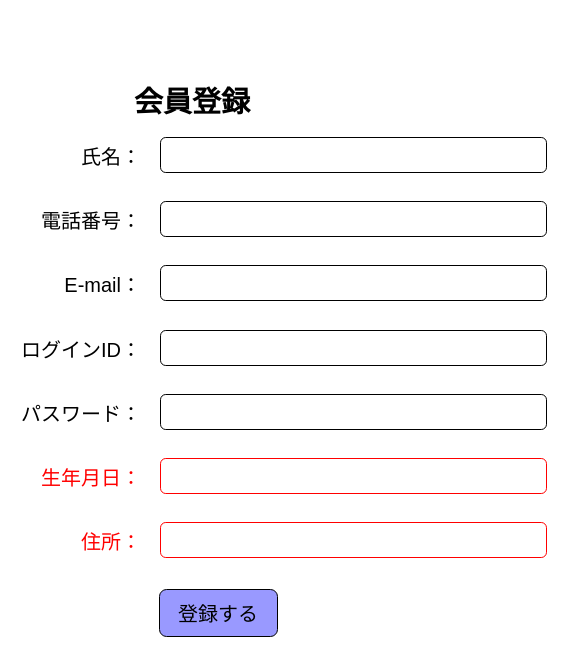
Above: 会員登録.drawio in 2022java42-student006/document (draw.io), before the change. Source tidied: cells renumbered, new cells numbered last; positions are measured from the earlier drawing's top-left corner, leaving out a move shared by most shapes. Both pictures are drawn from the tidied source at 100%, with x=0, y=0 at pixel (17, 67).
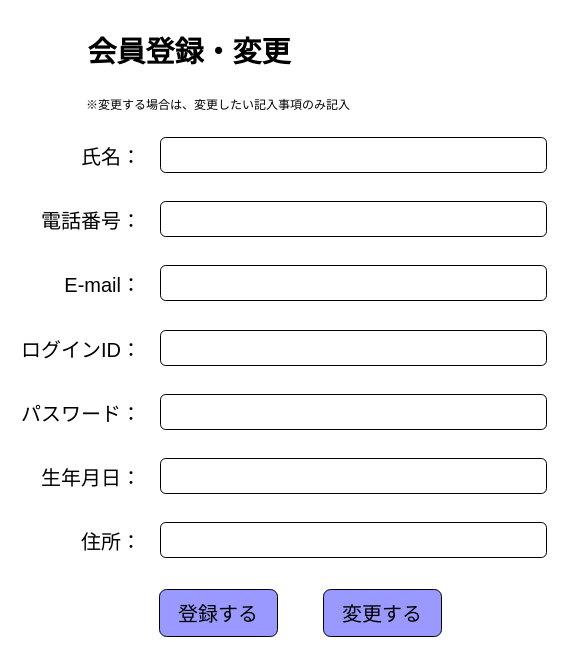
The same page after the edit.

Commit message:
add menbership registration

Change to the diagram source:
```diff
@@
 <mxGraphModel>
   <root>
     <mxCell id="0" />
     <mxCell id="1" parent="0" />
-    <mxCell id="2" value="&lt;div style=&quot;text-align: justify; font-size: 29px;&quot;&gt;&lt;b style=&quot;font-size: 29px;&quot;&gt;会員登録&lt;/b&gt;&lt;/div&gt;" style="rounded=0;whiteSpace=wrap;html=1;strokeColor=none;fontSize=29;" parent="1" vertex="1">
-      <mxGeometry x="67" width="216" height="69" as="geometry" />
+    <mxCell id="2" value="&lt;div style=&quot;text-align: justify ; font-size: 29px&quot;&gt;&lt;b style=&quot;font-size: 29px&quot;&gt;会員登録・変更&lt;/b&gt;&lt;/div&gt;" style="rounded=0;whiteSpace=wrap;html=1;strokeColor=none;fontSize=29;" parent="1" vertex="1">
+      <mxGeometry x="64" y="-50" width="216" height="69" as="geometry" />
     </mxCell>
     <mxCell id="3" style="rounded=1;whiteSpace=wrap;html=1;fontSize=29;verticalAlign=top;horizontal=0;" parent="1" vertex="1">
       <mxGeometry x="143" y="70" width="386" height="35" as="geometry" />
     </mxCell>
     <mxCell id="4" style="rounded=1;whiteSpace=wrap;html=1;fontSize=29;verticalAlign=top;horizontal=0;" parent="1" vertex="1">
       <mxGeometry x="143" y="134" width="386" height="35" as="geometry" />
     </mxCell>
     <mxCell id="5" style="rounded=1;whiteSpace=wrap;html=1;fontSize=29;verticalAlign=top;horizontal=0;" parent="1" vertex="1">
       <mxGeometry x="143" y="198" width="386" height="35" as="geometry" />
     </mxCell>
     <mxCell id="6" style="rounded=1;whiteSpace=wrap;html=1;fontSize=29;verticalAlign=top;horizontal=0;" parent="1" vertex="1">
       <mxGeometry x="143" y="263" width="386" height="35" as="geometry" />
     </mxCell>
     <mxCell id="7" style="rounded=1;whiteSpace=wrap;html=1;fontSize=29;verticalAlign=top;horizontal=0;" parent="1" vertex="1">
       <mxGeometry x="143" y="327" width="386" height="35" as="geometry" />
     </mxCell>
-    <mxCell id="8" style="rounded=1;whiteSpace=wrap;html=1;fontSize=29;strokeColor=#FF0000;" parent="1" vertex="1">
+    <mxCell id="8" style="rounded=1;whiteSpace=wrap;html=1;fontSize=29;strokeColor=default;" parent="1" vertex="1">
       <mxGeometry x="143" y="455" width="386" height="35" as="geometry" />
     </mxCell>
-    <mxCell id="9" style="rounded=1;whiteSpace=wrap;html=1;fontSize=29;strokeColor=#FF0000;" parent="1" vertex="1">
+    <mxCell id="9" style="rounded=1;whiteSpace=wrap;html=1;fontSize=29;strokeColor=default;" parent="1" vertex="1">
       <mxGeometry x="143" y="391" width="386" height="35" as="geometry" />
     </mxCell>
     <mxCell id="10" value="&lt;font style=&quot;font-size: 20px&quot;&gt;氏名：&lt;/font&gt;" style="rounded=1;whiteSpace=wrap;html=1;fontSize=29;strokeColor=none;fillColor=#FFFFFF;align=right;" parent="1" vertex="1">
       <mxGeometry x="6" y="69" width="120" height="36" as="geometry" />
     </mxCell>
     <mxCell id="11" value="&lt;font style=&quot;font-size: 20px&quot;&gt;電話番号：&lt;/font&gt;" style="rounded=1;whiteSpace=wrap;html=1;fontSize=29;strokeColor=none;fillColor=#FFFFFF;align=right;" parent="1" vertex="1">
       <mxGeometry x="6" y="133" width="120" height="36" as="geometry" />
     </mxCell>
     <mxCell id="12" value="&lt;font style=&quot;font-size: 20px&quot;&gt;E-mail：&lt;/font&gt;" style="rounded=1;whiteSpace=wrap;html=1;fontSize=29;strokeColor=none;fillColor=#FFFFFF;align=right;" parent="1" vertex="1">
       <mxGeometry x="6" y="197" width="120" height="36" as="geometry" />
     </mxCell>
     <mxCell id="13" value="&lt;font style=&quot;font-size: 20px&quot;&gt;ログインID：&lt;/font&gt;" style="rounded=1;whiteSpace=wrap;html=1;fontSize=29;strokeColor=none;align=right;" parent="1" vertex="1">
       <mxGeometry x="3" y="262" width="123" height="36" as="geometry" />
     </mxCell>
     <mxCell id="14" value="&lt;font style=&quot;font-size: 20px&quot;&gt;パスワード：&lt;/font&gt;" style="rounded=1;whiteSpace=wrap;html=1;fontSize=29;strokeColor=none;align=right;" parent="1" vertex="1">
       <mxGeometry y="326" width="126" height="36" as="geometry" />
     </mxCell>
-    <mxCell id="15" value="&lt;font style=&quot;font-size: 20px&quot; color=&quot;#ff0000&quot;&gt;生年月日：&lt;/font&gt;" style="rounded=1;whiteSpace=wrap;html=1;fontSize=29;strokeColor=none;align=right;" parent="1" vertex="1">
+    <mxCell id="15" value="&lt;font style=&quot;font-size: 20px&quot;&gt;生年月日：&lt;/font&gt;" style="rounded=1;whiteSpace=wrap;html=1;fontSize=29;strokeColor=none;align=right;fontColor=#000000;" parent="1" vertex="1">
       <mxGeometry x="6" y="390" width="120" height="36" as="geometry" />
     </mxCell>
-    <mxCell id="16" value="&lt;font style=&quot;font-size: 20px&quot; color=&quot;#ff0000&quot;&gt;住所：&lt;/font&gt;" style="rounded=1;whiteSpace=wrap;html=1;fontSize=29;strokeColor=none;align=right;" parent="1" vertex="1">
+    <mxCell id="16" value="&lt;font style=&quot;font-size: 20px&quot;&gt;住所：&lt;/font&gt;" style="rounded=1;whiteSpace=wrap;html=1;fontSize=29;strokeColor=none;align=right;fontColor=#000000;" parent="1" vertex="1">
       <mxGeometry x="6" y="454" width="120" height="36" as="geometry" />
     </mxCell>
     <mxCell id="17" value="&lt;font color=&quot;#000000&quot;&gt;登録する&lt;/font&gt;" style="rounded=1;whiteSpace=wrap;html=1;fontSize=20;fontColor=#FF0000;strokeColor=#000000;fillColor=#9999FF;" parent="1" vertex="1">
       <mxGeometry x="142" y="522" width="118" height="47" as="geometry" />
     </mxCell>
+    <mxCell id="18" value="&lt;font color=&quot;#000000&quot;&gt;変更する&lt;/font&gt;" style="rounded=1;whiteSpace=wrap;html=1;fontSize=20;fontColor=#FF0000;strokeColor=#000000;fillColor=#9999FF;" parent="1" vertex="1">
+      <mxGeometry x="306" y="522" width="118" height="47" as="geometry" />
+    </mxCell>
+    <mxCell id="19" value="※変更する場合は、変更したい記入事項のみ記入" style="rounded=0;whiteSpace=wrap;html=1;fontColor=#000000;strokeColor=none;align=left;" parent="1" vertex="1">
+      <mxGeometry x="67" y="17" width="434" height="41" as="geometry" />
+    </mxCell>
   </root>
 </mxGraphModel>
```
